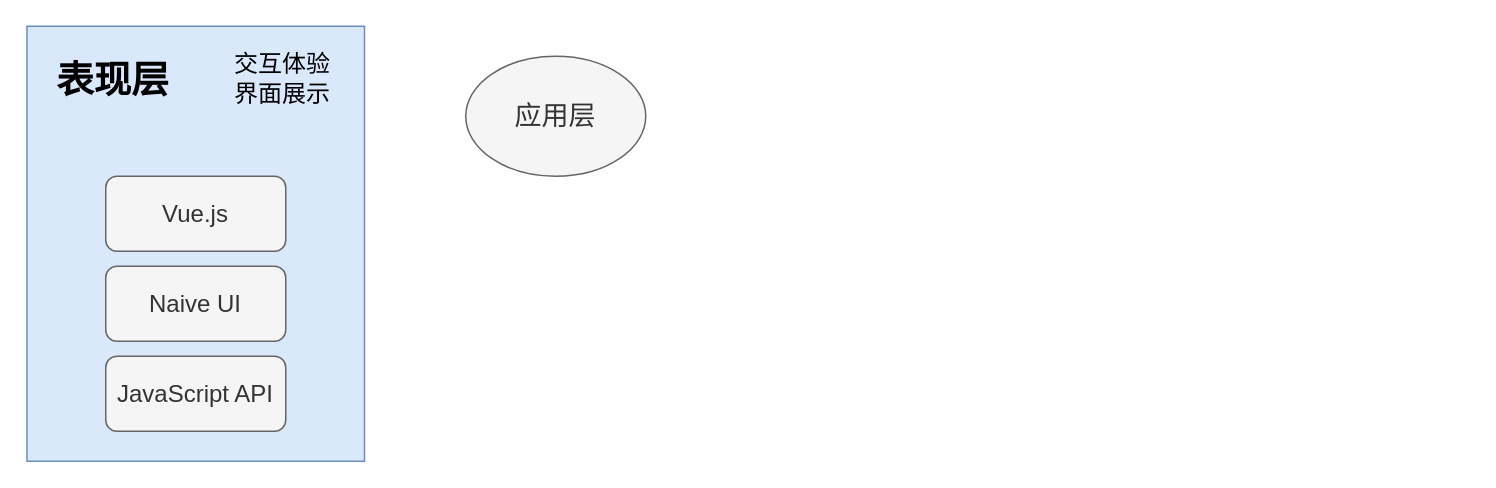
Earlier version of the draw.io diagram page "第 7 页" (7 of 7) of 毕业论文1.drawio (lexinhu/diagrams). Source tidied: cells renumbered, new cells numbered last; positions are measured from the earlier drawing's top-left corner, leaving out a move shared by most shapes. Both pictures are drawn from the tidied source at 150%, with x=0, y=0 at pixel (27, 26).
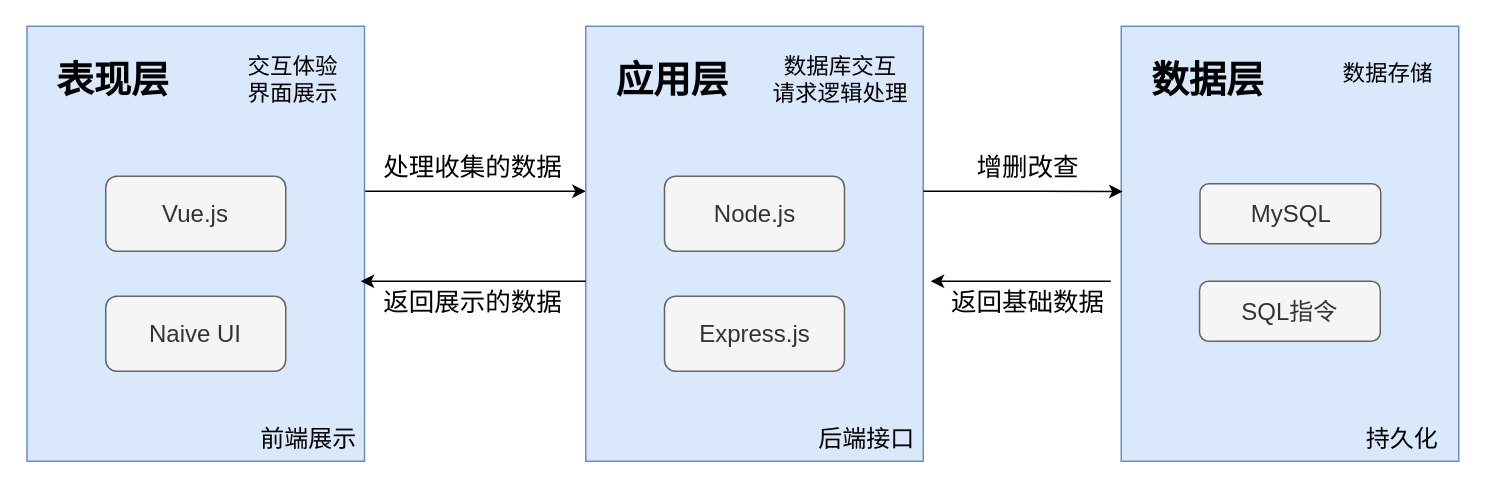
The same diagram, later.

Commit message:
更新毕业论文1.drawio

The change refers to these unchanged cells:
```xml
<mxCell id="2" style="rounded=0;whiteSpace=wrap;html=1;fillColor=#dae8fc;strokeColor=#6c8ebf;" parent="1" vertex="1">
  <mxGeometry x="-0.5" width="225" height="290" as="geometry" />
</mxCell>
```

What changed in the source:
```diff
@@
+    <mxCell id="9" style="edgeStyle=orthogonalEdgeStyle;rounded=0;jettySize=auto;html=1;" parent="1" edge="1" source="2" target="10">
+      <mxGeometry relative="1" as="geometry">
+        <Array as="points">
+          <mxPoint x="292" y="110" />
+          <mxPoint x="292" y="110" />
+        </Array>
+      </mxGeometry>
+    </mxCell>
@@
-    <mxCell id="3" value="&lt;font style=&quot;font-size: 18px;&quot;&gt;应用层&lt;/font&gt;" style="ellipse;whiteSpace=wrap;html=1;fillColor=#f5f5f5;strokeColor=#666666;fontColor=#333333;" parent="1" vertex="1">
-      <mxGeometry x="292" y="20" width="120" height="80" as="geometry" />
-    </mxCell>
@@
     <mxCell id="5" value="&lt;font style=&quot;font-size: 16px;&quot;&gt;Naive UI&lt;/font&gt;" style="rounded=1;whiteSpace=wrap;html=1;fillColor=#f5f5f5;fontColor=#333333;strokeColor=#666666;" parent="1" vertex="1">
-      <mxGeometry x="52" y="160" width="120" height="50" as="geometry" />
+      <mxGeometry x="52" y="180" width="120" height="50" as="geometry" />
     </mxCell>
-    <mxCell id="6" value="&lt;font style=&quot;font-size: 16px;&quot;&gt;JavaScript API&lt;/font&gt;" style="rounded=1;whiteSpace=wrap;html=1;fillColor=#f5f5f5;fontColor=#333333;strokeColor=#666666;" parent="1" vertex="1">
-      <mxGeometry x="52" y="220" width="120" height="50" as="geometry" />
-    </mxCell>
@@
-    <mxCell id="8" value="&lt;font style=&quot;font-size: 16px;&quot;&gt;交互体验&lt;/font&gt;&lt;div style=&quot;font-size: 16px;&quot;&gt;&lt;span style=&quot;background-color: initial;&quot;&gt;&lt;font style=&quot;font-size: 16px;&quot;&gt;界面展示&lt;/font&gt;&lt;/span&gt;&lt;/div&gt;" style="text;html=1;align=center;verticalAlign=middle;whiteSpace=wrap;rounded=0;strokeWidth=2;" parent="1" vertex="1">
-      <mxGeometry x="114.5" y="15" width="110" height="40" as="geometry" />
+    <mxCell id="8" value="&lt;font style=&quot;font-size: 15px;&quot;&gt;交互体验&lt;/font&gt;&lt;div style=&quot;font-size: 15px;&quot;&gt;&lt;span style=&quot;background-color: initial;&quot;&gt;&lt;font style=&quot;font-size: 15px;&quot;&gt;界面展示&lt;/font&gt;&lt;/span&gt;&lt;/div&gt;" style="text;html=1;align=center;verticalAlign=middle;whiteSpace=wrap;rounded=0;strokeWidth=2;" parent="1" vertex="1">
+      <mxGeometry x="122" y="15" width="110" height="40" as="geometry" />
     </mxCell>
+    <mxCell id="10" style="rounded=0;whiteSpace=wrap;html=1;fillColor=#dae8fc;strokeColor=#6c8ebf;" parent="1" vertex="1">
+      <mxGeometry x="372" width="225" height="290" as="geometry" />
+    </mxCell>
+    <mxCell id="11" value="&lt;font style=&quot;font-size: 16px;&quot;&gt;Node.js&lt;/font&gt;" style="rounded=1;whiteSpace=wrap;html=1;fillColor=#f5f5f5;fontColor=#333333;strokeColor=#666666;" parent="1" vertex="1">
+      <mxGeometry x="424.5" y="100" width="120" height="50" as="geometry" />
+    </mxCell>
+    <mxCell id="12" value="&lt;font style=&quot;font-size: 16px;&quot;&gt;Express.js&lt;/font&gt;" style="rounded=1;whiteSpace=wrap;html=1;fillColor=#f5f5f5;fontColor=#333333;strokeColor=#666666;" parent="1" vertex="1">
+      <mxGeometry x="424.5" y="180" width="120" height="50" as="geometry" />
+    </mxCell>
+    <mxCell id="3" value="&lt;span style=&quot;font-size: 25px;&quot;&gt;&lt;b&gt;应用层&lt;/b&gt;&lt;/span&gt;" style="text;html=1;align=center;verticalAlign=middle;whiteSpace=wrap;rounded=0;strokeWidth=2;" parent="1" vertex="1">
+      <mxGeometry x="384.5" y="20" width="90" height="30" as="geometry" />
+    </mxCell>
+    <mxCell id="13" value="&lt;span style=&quot;font-size: 15px;&quot;&gt;数据库交互&lt;/span&gt;&lt;div&gt;&lt;span style=&quot;font-size: 15px;&quot;&gt;请求逻辑处理&lt;/span&gt;&lt;/div&gt;" style="text;html=1;align=center;verticalAlign=middle;whiteSpace=wrap;rounded=0;strokeWidth=2;spacingTop=0;" parent="1" vertex="1">
+      <mxGeometry x="487" y="15" width="110" height="40" as="geometry" />
+    </mxCell>
+    <mxCell id="14" style="edgeStyle=orthogonalEdgeStyle;rounded=0;jettySize=auto;html=1;" parent="1" edge="1" source="10">
+      <mxGeometry relative="1" as="geometry">
+        <mxPoint x="222" y="170" as="targetPoint" />
+        <Array as="points">
+          <mxPoint x="226" y="170" />
+        </Array>
+      </mxGeometry>
+    </mxCell>
+    <mxCell id="15" value="返回展示的数据" style="text;html=1;align=center;verticalAlign=middle;whiteSpace=wrap;rounded=0;fontSize=17;" parent="1" vertex="1">
+      <mxGeometry x="232" y="170" width="130" height="30" as="geometry" />
+    </mxCell>
+    <mxCell id="16" value="处理收集的数据" style="text;html=1;align=center;verticalAlign=middle;whiteSpace=wrap;rounded=0;fontSize=17;" parent="1" vertex="1">
+      <mxGeometry x="232" y="80" width="130" height="30" as="geometry" />
+    </mxCell>
+    <mxCell id="17" style="edgeStyle=orthogonalEdgeStyle;rounded=0;orthogonalLoop=1;jettySize=auto;html=1;" parent="1" edge="1">
+      <mxGeometry relative="1" as="geometry">
+        <mxPoint x="722" y="170" as="sourcePoint" />
+        <mxPoint x="602" y="170" as="targetPoint" />
+      </mxGeometry>
+    </mxCell>
+    <mxCell id="18" style="rounded=0;whiteSpace=wrap;html=1;fillColor=#dae8fc;strokeColor=#6c8ebf;" parent="1" vertex="1">
+      <mxGeometry x="729" width="225" height="290" as="geometry" />
+    </mxCell>
+    <mxCell id="19" value="&lt;font style=&quot;font-size: 16px;&quot;&gt;MySQL&lt;/font&gt;" style="rounded=1;whiteSpace=wrap;html=1;fillColor=#f5f5f5;fontColor=#333333;strokeColor=#666666;" parent="1" vertex="1">
+      <mxGeometry x="781.5" y="105" width="120.5" height="40" as="geometry" />
+    </mxCell>
+    <mxCell id="20" value="&lt;span style=&quot;font-size: 25px;&quot;&gt;&lt;b&gt;数据层&lt;/b&gt;&lt;/span&gt;" style="text;html=1;align=center;verticalAlign=middle;whiteSpace=wrap;rounded=0;strokeWidth=2;" parent="1" vertex="1">
+      <mxGeometry x="741.5" y="20" width="90" height="30" as="geometry" />
+    </mxCell>
+    <mxCell id="21" value="&lt;span style=&quot;font-size: 15px;&quot;&gt;数据存储&lt;/span&gt;&lt;div&gt;&lt;span style=&quot;font-size: 15px;&quot;&gt;&lt;br&gt;&lt;/span&gt;&lt;/div&gt;" style="text;html=1;align=center;verticalAlign=middle;whiteSpace=wrap;rounded=0;strokeWidth=2;" parent="1" vertex="1">
+      <mxGeometry x="851.5" y="20" width="110" height="40" as="geometry" />
+    </mxCell>
+    <mxCell id="22" style="edgeStyle=orthogonalEdgeStyle;rounded=0;jettySize=auto;html=1;entryX=0.004;entryY=0.38;entryDx=0;entryDy=0;entryPerimeter=0;" parent="1" edge="1" source="10" target="18">
+      <mxGeometry relative="1" as="geometry">
+        <Array as="points">
+          <mxPoint x="672" y="110" />
+          <mxPoint x="672" y="110" />
+        </Array>
+      </mxGeometry>
+    </mxCell>
+    <mxCell id="23" value="返回基础数据" style="text;html=1;align=center;verticalAlign=middle;whiteSpace=wrap;rounded=0;fontSize=17;" parent="1" vertex="1">
+      <mxGeometry x="612" y="170" width="110" height="30" as="geometry" />
+    </mxCell>
+    <mxCell id="24" value="增删改查" style="text;html=1;align=center;verticalAlign=middle;whiteSpace=wrap;rounded=0;fontSize=17;" parent="1" vertex="1">
+      <mxGeometry x="612" y="80" width="110" height="30" as="geometry" />
+    </mxCell>
+    <mxCell id="25" value="&lt;font style=&quot;font-size: 16px;&quot;&gt;SQL指令&lt;/font&gt;" style="rounded=1;whiteSpace=wrap;html=1;fillColor=#f5f5f5;fontColor=#333333;strokeColor=#666666;" parent="1" vertex="1">
+      <mxGeometry x="781.2" y="170" width="120.5" height="40" as="geometry" />
+    </mxCell>
+    <mxCell id="26" value="后端接口" style="text;html=1;align=center;verticalAlign=middle;whiteSpace=wrap;rounded=0;fontSize=16;" parent="1" vertex="1">
+      <mxGeometry x="522" y="260" width="75" height="30" as="geometry" />
+    </mxCell>
+    <mxCell id="27" value="前端展示" style="text;html=1;align=center;verticalAlign=middle;whiteSpace=wrap;rounded=0;fontSize=16;" parent="1" vertex="1">
+      <mxGeometry x="149.5" y="260" width="75" height="30" as="geometry" />
+    </mxCell>
+    <mxCell id="28" value="持久化" style="text;html=1;align=center;verticalAlign=middle;whiteSpace=wrap;rounded=0;fontSize=16;" parent="1" vertex="1">
+      <mxGeometry x="879" y="260" width="75" height="30" as="geometry" />
+    </mxCell>
```
